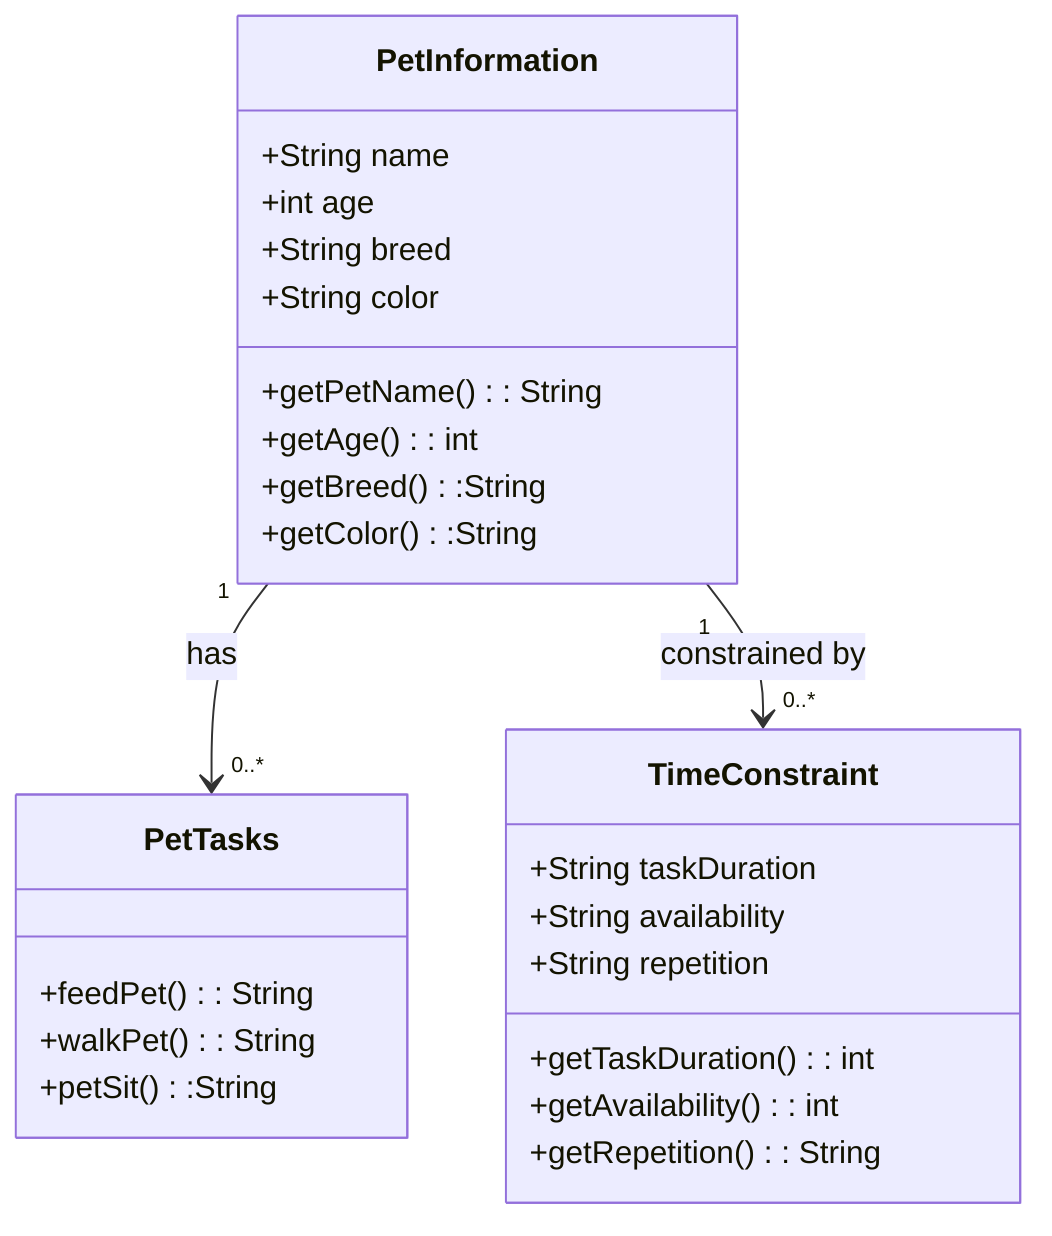
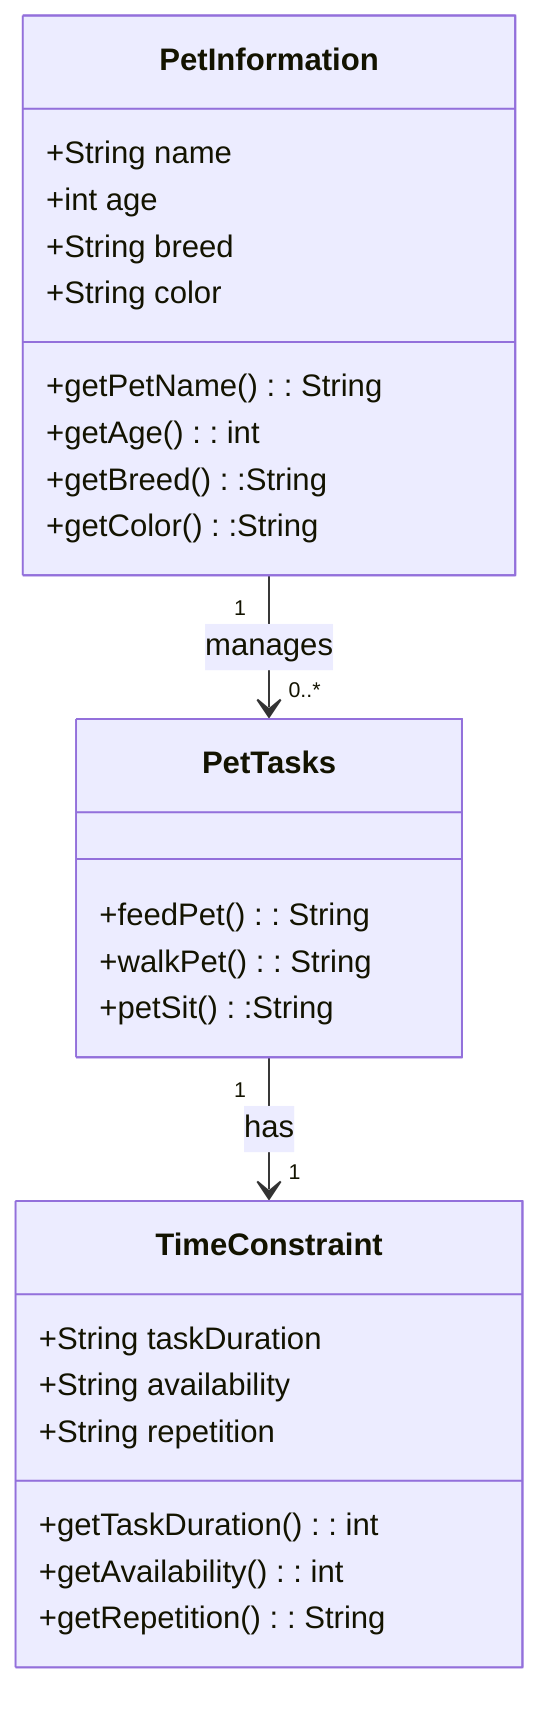
```mermaid
classDiagram
    class PetInformation {
        +String name
        +int age
        +String breed
        +String color
        +getPetName(): String
        +getAge() : int
        +getBreed() :String
        +getColor() :String
    }

    class PetTasks {
        +feedPet() : String
        +walkPet() : String
        +petSit() :String
    }

    class TimeConstraint {
        +String taskDuration
        +String availability
        +String repetition
        +getTaskDuration() : int
        +getAvailability() : int
        +getRepetition() : String
    }

-     PetInformation "1" --> "0..*" PetTasks : has
-     PetInformation "1" --> "0..*" TimeConstraint : constrained by
+     PetInformation "1" --> "0..*" PetTasks : manages
+     PetTasks "1" --> "1" TimeConstraint : has
```